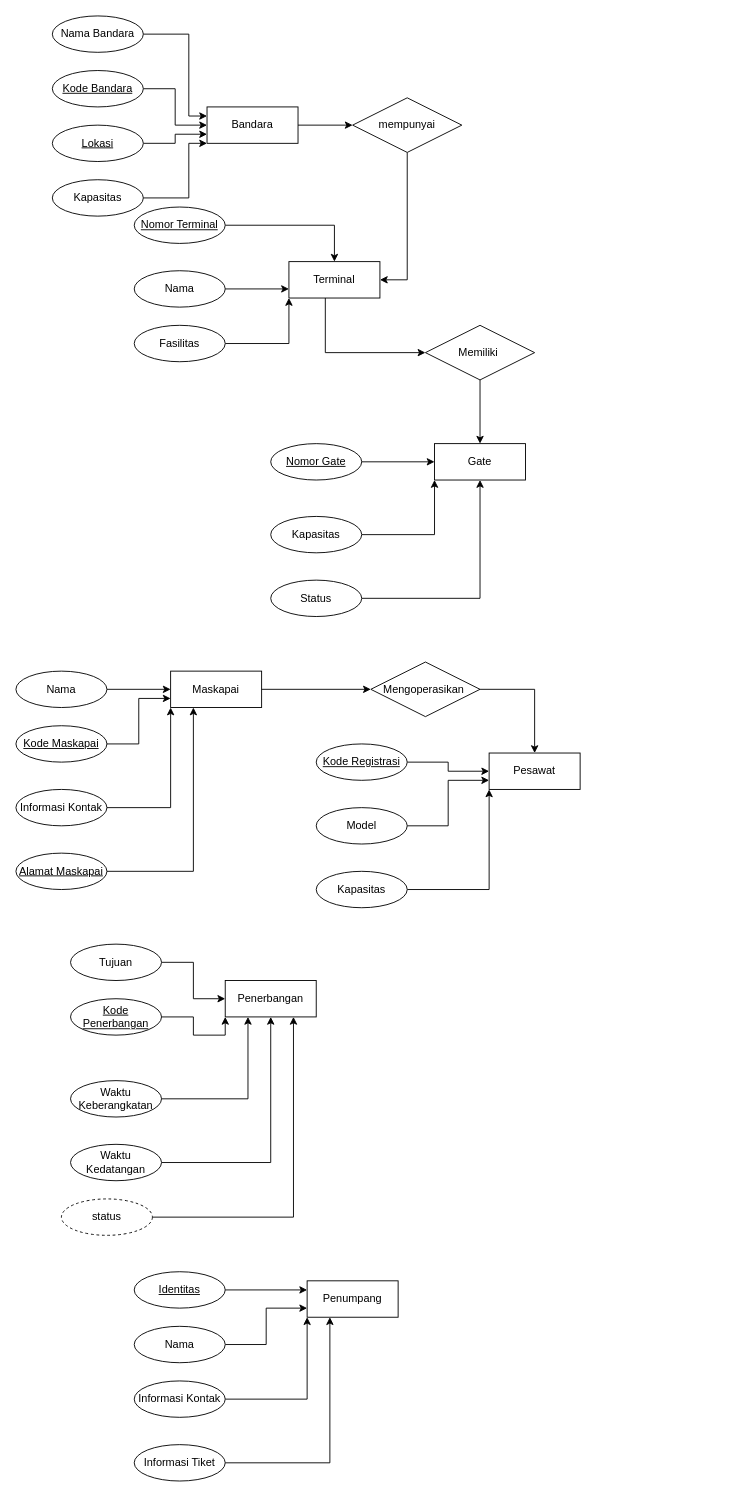
thirza258/draw.io keeps this draw.io diagram as basdatminggu2.drawio. Above is the earlier version. Source tidied: cells renumbered, new cells numbered last; positions are measured from the earlier drawing's top-left corner, leaving out a move shared by most shapes. Both pictures are drawn from the tidied source at 91%, with x=0, y=0 at pixel (15, 15).
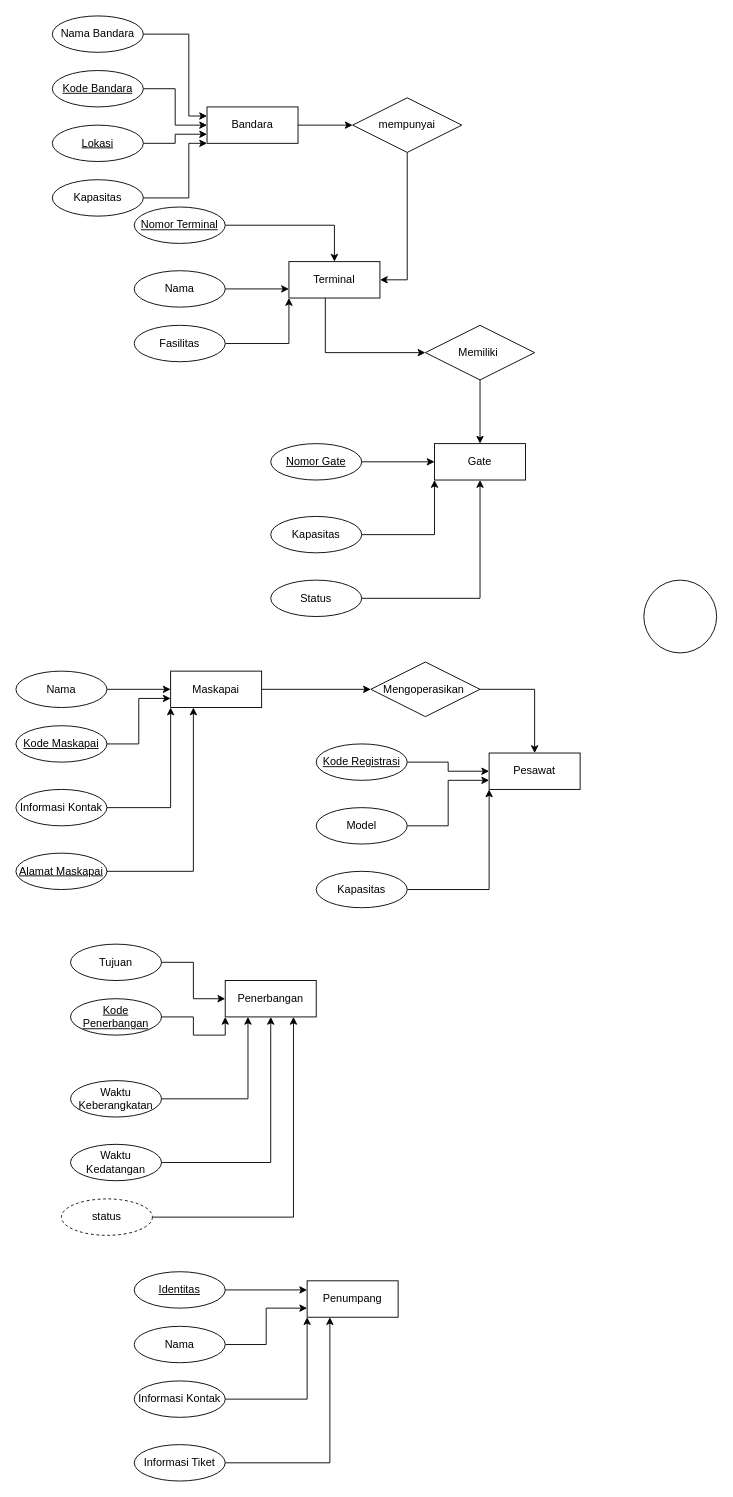
The same diagram, later.

What changed in the source:
```diff
@@
+    <mxCell id="77" style="ellipse;whiteSpace=wrap;html=1;" parent="1" vertex="1">
+      <mxGeometry x="690" y="620" width="80" height="80" as="geometry" />
+    </mxCell>
```
